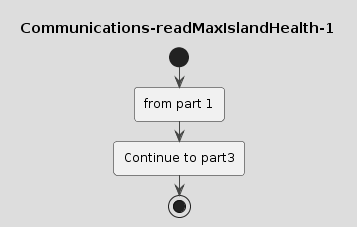
This is drawings/Communications-readMaxIslandHealth-1.png from coding-to-music/plantuml-diagram-examples, a PlantUML export, as it was before one commit. The source it was exported from:
```plantuml
@startuml Communications-readMaxIslandHealth-1
!theme toy
title Communications-readMaxIslandHealth-1
start

:from part 1;





:Continue to part3;
stop
@enduml
```
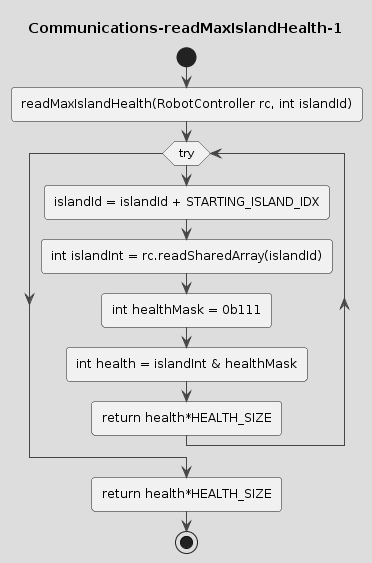
Above is the later version.

The edit, as a diff of the source:
```diff
@@ -3,12 +3,18 @@
 title Communications-readMaxIslandHealth-1
 start
 
-:from part 1;
 
 
 
+:readMaxIslandHealth(RobotController rc, int islandId);
+while (try)
+    :islandId = islandId + STARTING_ISLAND_IDX;
+    :int islandInt = rc.readSharedArray(islandId);
+    :int healthMask = 0b111;
+    :int health = islandInt & healthMask;
+    :return health*HEALTH_SIZE;
+endwhile
 
-
-:Continue to part3;
+:return health*HEALTH_SIZE;
 stop
 @enduml
```
